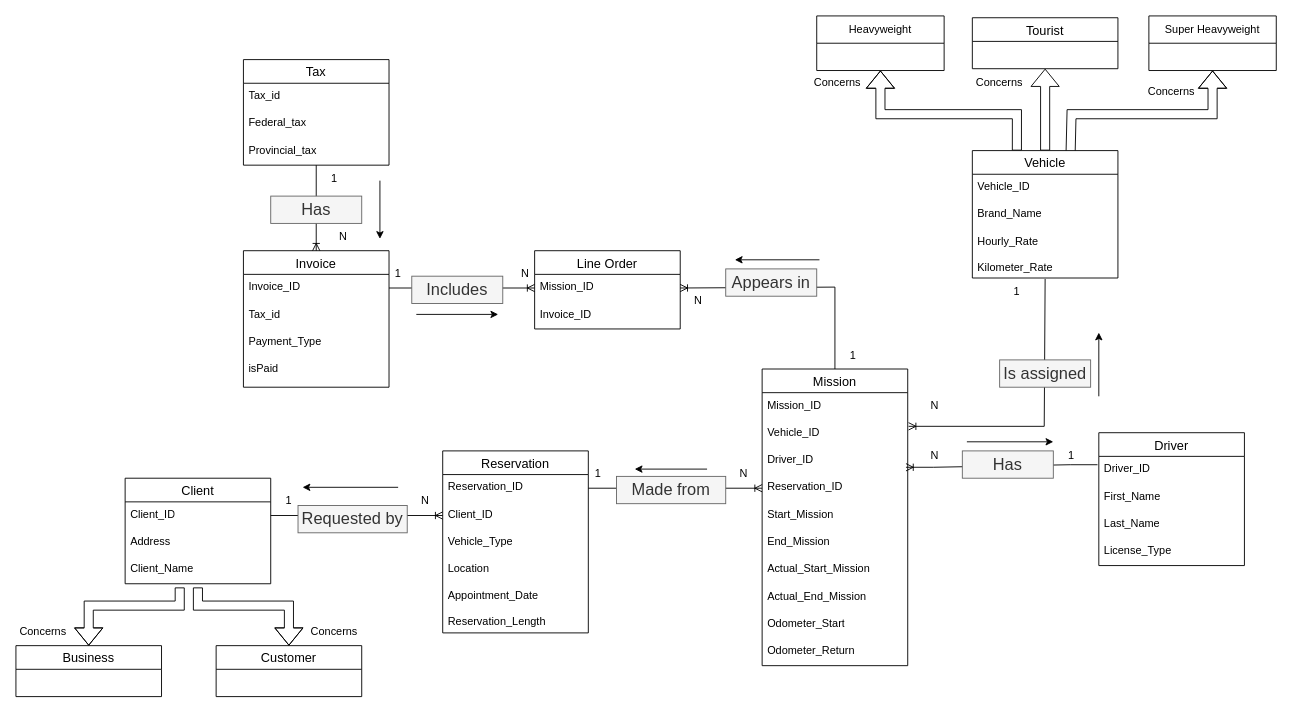
This is project_conceptual_new.drawio from Mishtec/Comp-Project, a draw.io file, before an edit. Source tidied: cells renumbered, new cells numbered last; positions are measured from the earlier drawing's top-left corner, leaving out a move shared by most shapes. Both pictures are drawn from the tidied source at 91%, with x=0, y=0 at pixel (15, 15).
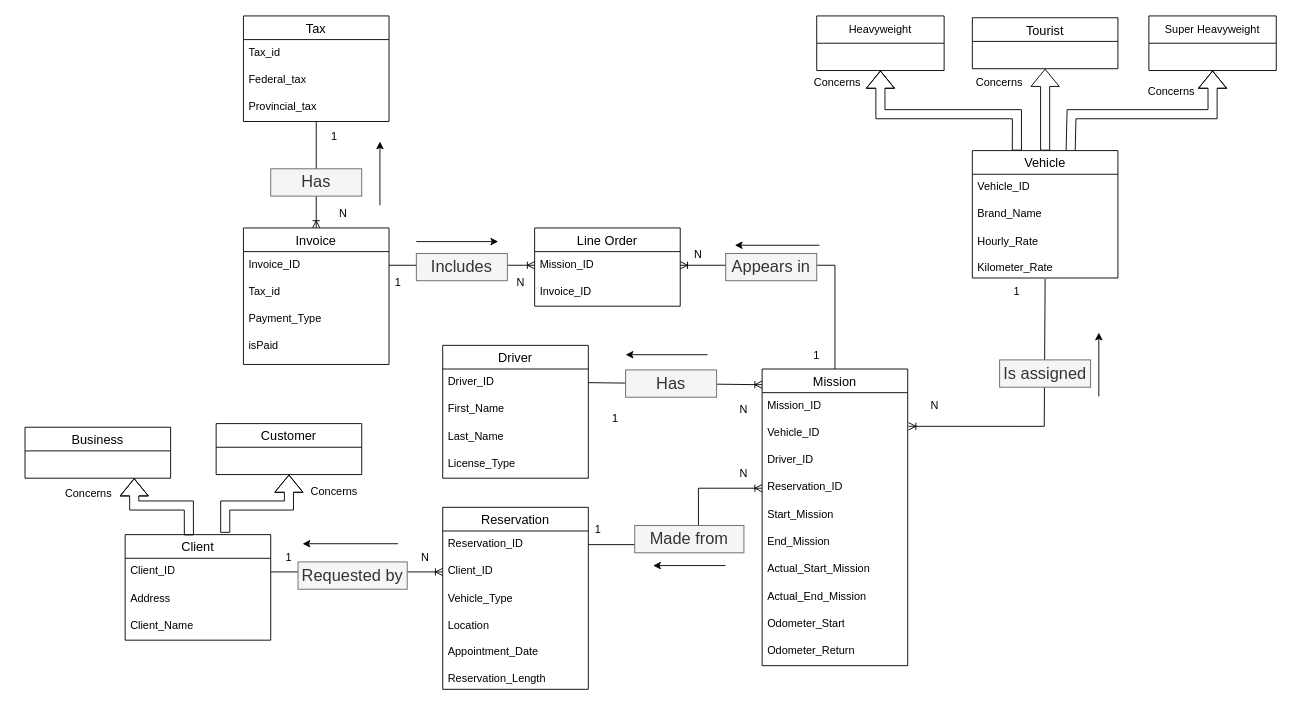
After the change.

Commit message:
Reorganized conceptual diagram to fit a bit better on screen

The change refers to these unchanged cells:
```xml
<mxCell id="2" value="Mission" style="swimlane;fontStyle=0;horizontal=1;startSize=26;align=center;fontSize=14;" parent="1" vertex="1">
  <mxGeometry x="820" y="388" width="160" height="326" as="geometry" />
</mxCell>
<mxCell id="5" value="Driver_ID" style="text;strokeColor=none;fillColor=none;spacingLeft=4;spacingRight=4;overflow=hidden;points=[[0,0.5],[1,0.5]];portConstraint=eastwest;fontSize=12;whiteSpace=wrap;html=1;" parent="2" vertex="1">
  <mxGeometry y="86" width="160" height="30" as="geometry" />
</mxCell>
<mxCell id="6" value="Reservation_ID" style="text;strokeColor=none;fillColor=none;spacingLeft=4;spacingRight=4;overflow=hidden;points=[[0,0.5],[1,0.5]];portConstraint=eastwest;fontSize=12;whiteSpace=wrap;html=1;" parent="2" vertex="1">
  <mxGeometry y="116" width="160" height="30" as="geometry" />
</mxCell>
<mxCell id="15" value="Driver_ID" style="text;strokeColor=none;fillColor=none;spacingLeft=4;spacingRight=4;overflow=hidden;points=[[0,0.5],[1,0.5]];portConstraint=eastwest;fontSize=12;whiteSpace=wrap;html=1;" parent="14" vertex="1">
  <mxGeometry y="26" width="160" height="30" as="geometry" />
</mxCell>
<mxCell id="32" value="Mission_ID" style="text;strokeColor=none;fillColor=none;spacingLeft=4;spacingRight=4;overflow=hidden;points=[[0,0.5],[1,0.5]];portConstraint=eastwest;fontSize=12;whiteSpace=wrap;html=1;" parent="31" vertex="1">
  <mxGeometry y="26" width="160" height="30" as="geometry" />
</mxCell>
<mxCell id="42" value="Reservation_ID" style="text;strokeColor=none;fillColor=none;spacingLeft=4;spacingRight=4;overflow=hidden;points=[[0,0.5],[1,0.5]];portConstraint=eastwest;fontSize=12;whiteSpace=wrap;html=1;" parent="41" vertex="1">
  <mxGeometry y="26" width="160" height="30" as="geometry" />
</mxCell>
```

The edit, as a diff of the source:
```diff
@@
-    <mxCell id="13" style="edgeStyle=entityRelationEdgeStyle;fontSize=12;html=1;endArrow=ERoneToMany;rounded=0;entryX=0.988;entryY=0.733;entryDx=0;entryDy=0;entryPerimeter=0;exitX=-0.009;exitY=0.306;exitDx=0;exitDy=0;exitPerimeter=0;" parent="1" edge="1" source="15" target="5">
-      <mxGeometry relative="1" as="geometry" />
-    </mxCell>
     <mxCell id="14" value="Driver" style="swimlane;fontStyle=0;horizontal=1;startSize=26;align=center;fontSize=14;" parent="1" vertex="1">
-      <mxGeometry x="1190" y="458" width="160" height="146" as="geometry" />
+      <mxGeometry x="469" y="362" width="160" height="146" as="geometry" />
     </mxCell>
@@
     <mxCell id="19" value="Client" style="swimlane;fontStyle=0;horizontal=1;startSize=26;align=center;fontSize=14;" parent="1" vertex="1">
-      <mxGeometry x="120" y="508" width="160" height="116" as="geometry" />
+      <mxGeometry x="120" y="570" width="160" height="116" as="geometry" />
     </mxCell>
@@
     <mxCell id="23" value="Business" style="swimlane;fontStyle=0;horizontal=1;startSize=26;align=center;fontSize=14;" parent="1" vertex="1">
-      <mxGeometry y="692" width="160" height="56" as="geometry" />
+      <mxGeometry x="10" y="452" width="160" height="56" as="geometry" />
     </mxCell>
     <mxCell id="24" value="Customer" style="swimlane;fontStyle=0;horizontal=1;startSize=26;align=center;fontSize=14;" parent="1" vertex="1">
-      <mxGeometry x="220" y="692" width="160" height="56" as="geometry" />
+      <mxGeometry x="220" y="448" width="160" height="56" as="geometry" />
     </mxCell>
@@
     <mxCell id="31" value="Line Order" style="swimlane;fontStyle=0;horizontal=1;startSize=26;align=center;fontSize=14;" parent="1" vertex="1">
-      <mxGeometry x="570" y="258" width="160" height="86" as="geometry" />
+      <mxGeometry x="570" y="233" width="160" height="86" as="geometry" />
     </mxCell>
@@
     <mxCell id="34" value="Invoice" style="swimlane;fontStyle=0;horizontal=1;startSize=26;align=center;fontSize=14;" parent="1" vertex="1">
-      <mxGeometry x="250" y="258" width="160" height="150" as="geometry" />
+      <mxGeometry x="250" y="233" width="160" height="150" as="geometry" />
     </mxCell>
@@
     <mxCell id="39" style="fontSize=12;html=1;endArrow=ERoneToMany;rounded=0;exitX=0.5;exitY=0;exitDx=0;exitDy=0;entryX=1;entryY=0.5;entryDx=0;entryDy=0;" parent="1" edge="1" source="2" target="32">
       <mxGeometry relative="1" as="geometry">
         <Array as="points">
-          <mxPoint x="900" y="298" />
+          <mxPoint x="900" y="274" />
         </Array>
       </mxGeometry>
     </mxCell>
@@
     <mxCell id="41" value="Reservation" style="swimlane;fontStyle=0;horizontal=1;startSize=26;align=center;fontSize=14;" parent="1" vertex="1">
-      <mxGeometry x="469" y="478" width="160" height="200" as="geometry" />
+      <mxGeometry x="469" y="540" width="160" height="200" as="geometry" />
     </mxCell>
@@
     <mxCell id="49" value="Concerns" style="text;html=1;strokeColor=none;fillColor=none;align=center;verticalAlign=middle;whiteSpace=wrap;rounded=0;" parent="1" vertex="1">
-      <mxGeometry x="320" y="662" width="60" height="30" as="geometry" />
+      <mxGeometry x="320" y="508" width="60" height="30" as="geometry" />
     </mxCell>
     <mxCell id="50" value="Concerns" style="text;html=1;strokeColor=none;fillColor=none;align=center;verticalAlign=middle;whiteSpace=wrap;rounded=0;" parent="1" vertex="1">
-      <mxGeometry y="662" width="60" height="30" as="geometry" />
+      <mxGeometry x="50" y="510" width="60" height="30" as="geometry" />
     </mxCell>
     <mxCell id="51" value="Tax" style="swimlane;fontStyle=0;horizontal=1;startSize=26;align=center;fontSize=14;" parent="1" vertex="1">
-      <mxGeometry x="250" y="48" width="160" height="116" as="geometry" />
+      <mxGeometry x="250" width="160" height="116" as="geometry" />
     </mxCell>
@@
     <mxCell id="56" value="1" style="text;html=1;strokeColor=none;fillColor=none;align=center;verticalAlign=middle;whiteSpace=wrap;rounded=0;" parent="1" vertex="1">
-      <mxGeometry x="1130" y="468" width="60" height="30" as="geometry" />
+      <mxGeometry x="629" y="428" width="60" height="30" as="geometry" />
     </mxCell>
     <mxCell id="57" value="N" style="text;html=1;strokeColor=none;fillColor=none;align=center;verticalAlign=middle;whiteSpace=wrap;rounded=0;" parent="1" vertex="1">
-      <mxGeometry x="980" y="468" width="60" height="30" as="geometry" />
+      <mxGeometry x="770" y="418" width="60" height="30" as="geometry" />
     </mxCell>
-    <mxCell id="58" value="&lt;font style=&quot;font-size: 18px;&quot;&gt;Has&lt;/font&gt;" style="text;html=1;strokeColor=#666666;fillColor=#f5f5f5;align=center;verticalAlign=middle;whiteSpace=wrap;rounded=0;fontColor=#333333;" parent="1" vertex="1">
-      <mxGeometry x="1040" y="478" width="100" height="30" as="geometry" />
-    </mxCell>
     <mxCell id="59" style="endArrow=classic;html=1;rounded=0;" parent="1" edge="1">
       <mxGeometry relative="1" as="geometry">
-        <mxPoint x="1045" y="468" as="sourcePoint" />
-        <mxPoint x="1140" y="468" as="targetPoint" />
+        <mxPoint x="760" y="372.3" as="sourcePoint" />
+        <mxPoint x="670" y="372.3" as="targetPoint" />
       </mxGeometry>
     </mxCell>
@@
     <mxCell id="69" value="1" style="text;html=1;strokeColor=none;fillColor=none;align=center;verticalAlign=middle;whiteSpace=wrap;rounded=0;" parent="1" vertex="1">
-      <mxGeometry x="890" y="358" width="60" height="30" as="geometry" />
+      <mxGeometry x="850" y="358" width="60" height="30" as="geometry" />
     </mxCell>
     <mxCell id="70" value="N" style="text;html=1;strokeColor=none;fillColor=none;align=center;verticalAlign=middle;whiteSpace=wrap;rounded=0;" parent="1" vertex="1">
-      <mxGeometry x="720" y="298" width="60" height="30" as="geometry" />
+      <mxGeometry x="720" y="248" width="60" height="30" as="geometry" />
     </mxCell>
     <mxCell id="71" value="&lt;font style=&quot;font-size: 18px;&quot;&gt;Appears in&lt;/font&gt;" style="text;html=1;strokeColor=#666666;fillColor=#f5f5f5;align=center;verticalAlign=middle;whiteSpace=wrap;rounded=0;fontColor=#333333;" parent="1" vertex="1">
-      <mxGeometry x="780" y="278" width="100" height="30" as="geometry" />
+      <mxGeometry x="780" y="261" width="100" height="30" as="geometry" />
     </mxCell>
     <mxCell id="72" value="N" style="text;html=1;strokeColor=none;fillColor=none;align=center;verticalAlign=middle;whiteSpace=wrap;rounded=0;" parent="1" vertex="1">
-      <mxGeometry x="530" y="268" width="60" height="30" as="geometry" />
+      <mxGeometry x="525" y="278" width="60" height="30" as="geometry" />
     </mxCell>
     <mxCell id="73" value="1" style="text;html=1;strokeColor=none;fillColor=none;align=center;verticalAlign=middle;whiteSpace=wrap;rounded=0;" parent="1" vertex="1">
-      <mxGeometry x="390" y="268" width="60" height="30" as="geometry" />
+      <mxGeometry x="390" y="278" width="60" height="30" as="geometry" />
     </mxCell>
     <mxCell id="74" value="&lt;font style=&quot;font-size: 18px;&quot;&gt;Includes&lt;br&gt;&lt;/font&gt;" style="text;html=1;strokeColor=#666666;fillColor=#f5f5f5;align=center;verticalAlign=middle;whiteSpace=wrap;rounded=0;fontColor=#333333;" parent="1" vertex="1">
-      <mxGeometry x="435" y="286" width="100" height="30" as="geometry" />
+      <mxGeometry x="440" y="261" width="100" height="30" as="geometry" />
     </mxCell>
     <mxCell id="75" value="N" style="text;html=1;strokeColor=none;fillColor=none;align=center;verticalAlign=middle;whiteSpace=wrap;rounded=0;" parent="1" vertex="1">
-      <mxGeometry x="330" y="228" width="60" height="30" as="geometry" />
+      <mxGeometry x="330" y="203" width="60" height="30" as="geometry" />
     </mxCell>
     <mxCell id="76" value="1" style="text;html=1;strokeColor=none;fillColor=none;align=center;verticalAlign=middle;whiteSpace=wrap;rounded=0;" parent="1" vertex="1">
-      <mxGeometry x="320" y="164" width="60" height="30" as="geometry" />
+      <mxGeometry x="320" y="118" width="60" height="30" as="geometry" />
     </mxCell>
     <mxCell id="77" value="&lt;font style=&quot;font-size: 18px;&quot;&gt;Has&lt;br&gt;&lt;/font&gt;" style="text;html=1;strokeColor=#666666;fillColor=#f5f5f5;align=center;verticalAlign=middle;whiteSpace=wrap;rounded=0;fontColor=#333333;" parent="1" vertex="1">
-      <mxGeometry x="280" y="198" width="100" height="30" as="geometry" />
+      <mxGeometry x="280" y="168" width="100" height="30" as="geometry" />
     </mxCell>
     <mxCell id="78" style="endArrow=classic;html=1;rounded=0;" parent="1" edge="1">
       <mxGeometry relative="1" as="geometry">
-        <mxPoint x="883" y="268" as="sourcePoint" />
-        <mxPoint x="790" y="268" as="targetPoint" />
+        <mxPoint x="883" y="252" as="sourcePoint" />
+        <mxPoint x="790" y="252" as="targetPoint" />
       </mxGeometry>
     </mxCell>
     <mxCell id="79" style="endArrow=classic;html=1;rounded=0;" parent="1" edge="1">
       <mxGeometry relative="1" as="geometry">
-        <mxPoint x="440" y="328" as="sourcePoint" />
-        <mxPoint x="530" y="328" as="targetPoint" />
+        <mxPoint x="440" y="248" as="sourcePoint" />
+        <mxPoint x="530" y="248" as="targetPoint" />
       </mxGeometry>
     </mxCell>
     <mxCell id="80" style="endArrow=classic;html=1;rounded=0;" parent="1" edge="1">
       <mxGeometry relative="1" as="geometry">
-        <mxPoint x="400" y="181" as="sourcePoint" />
-        <mxPoint x="400" y="245" as="targetPoint" />
+        <mxPoint x="400" y="208" as="sourcePoint" />
+        <mxPoint x="400" y="138" as="targetPoint" />
       </mxGeometry>
     </mxCell>
     <mxCell id="81" style="fontSize=12;html=1;endArrow=ERoneToMany;rounded=0;exitX=1;exitY=0.5;exitDx=0;exitDy=0;entryX=0;entryY=0.5;entryDx=0;entryDy=0;" parent="1" edge="1" source="42" target="6">
-      <mxGeometry relative="1" as="geometry" />
+      <mxGeometry relative="1" as="geometry">
+        <Array as="points">
+          <mxPoint x="750" y="581" />
+          <mxPoint x="750" y="519" />
+        </Array>
+      </mxGeometry>
     </mxCell>
     <mxCell id="82" value="1" style="text;html=1;strokeColor=none;fillColor=none;align=center;verticalAlign=middle;whiteSpace=wrap;rounded=0;" parent="1" vertex="1">
-      <mxGeometry x="610" y="488" width="60" height="30" as="geometry" />
+      <mxGeometry x="610" y="550" width="60" height="30" as="geometry" />
     </mxCell>
@@
     <mxCell id="84" value="&lt;font style=&quot;font-size: 18px;&quot;&gt;Made from&lt;br&gt;&lt;/font&gt;" style="text;html=1;strokeColor=#666666;fillColor=#f5f5f5;align=center;verticalAlign=middle;whiteSpace=wrap;rounded=0;fontColor=#333333;" parent="1" vertex="1">
-      <mxGeometry x="660" y="506" width="120" height="30" as="geometry" />
+      <mxGeometry x="680" y="560" width="120" height="30" as="geometry" />
     </mxCell>
     <mxCell id="85" style="endArrow=classic;html=1;rounded=0;" parent="1" edge="1">
       <mxGeometry relative="1" as="geometry">
-        <mxPoint x="759.5" y="498" as="sourcePoint" />
-        <mxPoint x="680" y="498" as="targetPoint" />
+        <mxPoint x="779.8" y="604" as="sourcePoint" />
+        <mxPoint x="700.2" y="604" as="targetPoint" />
       </mxGeometry>
     </mxCell>
@@
-    <mxCell id="87" style="shape=flexArrow;endArrow=classic;html=1;rounded=0;exitX=0.375;exitY=1.133;exitDx=0;exitDy=0;exitPerimeter=0;entryX=0.5;entryY=0;entryDx=0;entryDy=0;" parent="1" edge="1" target="23">
-      <mxGeometry relative="1" as="geometry">
-        <mxPoint x="180" y="628" as="sourcePoint" />
-        <Array as="points">
-          <mxPoint x="180" y="648" />
-          <mxPoint x="80" y="648" />
-        </Array>
-      </mxGeometry>
-    </mxCell>
-    <mxCell id="88" style="shape=flexArrow;endArrow=classic;html=1;rounded=0;entryX=0.5;entryY=0;entryDx=0;entryDy=0;exitX=0.5;exitY=1.133;exitDx=0;exitDy=0;exitPerimeter=0;" parent="1" edge="1" target="24">
-      <mxGeometry relative="1" as="geometry">
-        <mxPoint x="200" y="628" as="sourcePoint" />
-        <Array as="points">
-          <mxPoint x="200" y="648" />
-          <mxPoint x="300" y="648" />
-        </Array>
-      </mxGeometry>
-    </mxCell>
     <mxCell id="89" value="&lt;font style=&quot;font-size: 18px;&quot;&gt;Requested by&lt;br&gt;&lt;/font&gt;" style="text;html=1;strokeColor=#666666;fillColor=#f5f5f5;align=center;verticalAlign=middle;whiteSpace=wrap;rounded=0;fontColor=#333333;" parent="1" vertex="1">
-      <mxGeometry x="310" y="538" width="120" height="30" as="geometry" />
+      <mxGeometry x="310" y="600" width="120" height="30" as="geometry" />
     </mxCell>
     <mxCell id="90" value="1" style="text;html=1;strokeColor=none;fillColor=none;align=center;verticalAlign=middle;whiteSpace=wrap;rounded=0;" parent="1" vertex="1">
-      <mxGeometry x="270" y="518" width="60" height="30" as="geometry" />
+      <mxGeometry x="270" y="580" width="60" height="30" as="geometry" />
     </mxCell>
     <mxCell id="91" value="N" style="text;html=1;strokeColor=none;fillColor=none;align=center;verticalAlign=middle;whiteSpace=wrap;rounded=0;" parent="1" vertex="1">
-      <mxGeometry x="420" y="518" width="60" height="30" as="geometry" />
+      <mxGeometry x="420" y="580" width="60" height="30" as="geometry" />
     </mxCell>
@@
+    <mxCell id="93" style="fontSize=12;html=1;endArrow=ERoneToMany;rounded=0;exitX=1;exitY=0.5;exitDx=0;exitDy=0;entryX=0;entryY=0.053;entryDx=0;entryDy=0;entryPerimeter=0;" parent="1" edge="1" source="15" target="2">
+      <mxGeometry relative="1" as="geometry" />
+    </mxCell>
+    <mxCell id="58" value="&lt;font style=&quot;font-size: 18px;&quot;&gt;Has&lt;/font&gt;" style="text;html=1;strokeColor=#666666;fillColor=#f5f5f5;align=center;verticalAlign=middle;whiteSpace=wrap;rounded=0;fontColor=#333333;" parent="1" vertex="1">
+      <mxGeometry x="670" y="389" width="100" height="30" as="geometry" />
+    </mxCell>
+    <mxCell id="94" style="shape=flexArrow;endArrow=classic;html=1;rounded=0;entryX=0.5;entryY=1;entryDx=0;entryDy=0;" parent="1" edge="1" target="24">
+      <mxGeometry relative="1" as="geometry">
+        <mxPoint x="230" y="568" as="sourcePoint" />
+        <Array as="points">
+          <mxPoint x="230" y="538" />
+          <mxPoint x="300" y="538" />
+        </Array>
+      </mxGeometry>
+    </mxCell>
+    <mxCell id="95" style="shape=flexArrow;endArrow=classic;html=1;rounded=0;entryX=0.75;entryY=1;entryDx=0;entryDy=0;exitX=0.438;exitY=0.007;exitDx=0;exitDy=0;exitPerimeter=0;" parent="1" edge="1" source="19" target="23">
+      <mxGeometry relative="1" as="geometry">
+        <Array as="points">
+          <mxPoint x="190" y="538" />
+          <mxPoint x="130" y="538" />
+        </Array>
+      </mxGeometry>
+    </mxCell>
```
